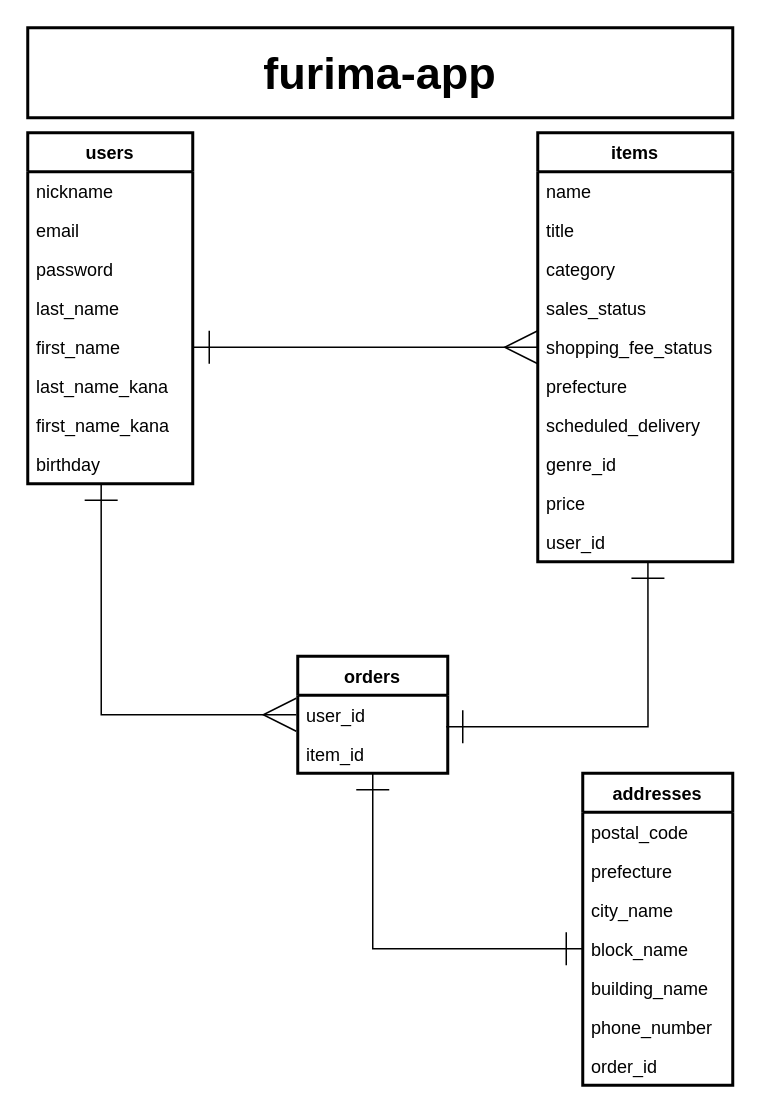
Earlier version of the draw.io diagram furima.dio (takumi-murakami/furima-30926). Source tidied: cells renumbered, new cells numbered last; positions are measured from the earlier drawing's top-left corner, leaving out a move shared by most shapes. Both pictures are drawn from the tidied source at 150%, with x=0, y=0 at pixel (27, 27).
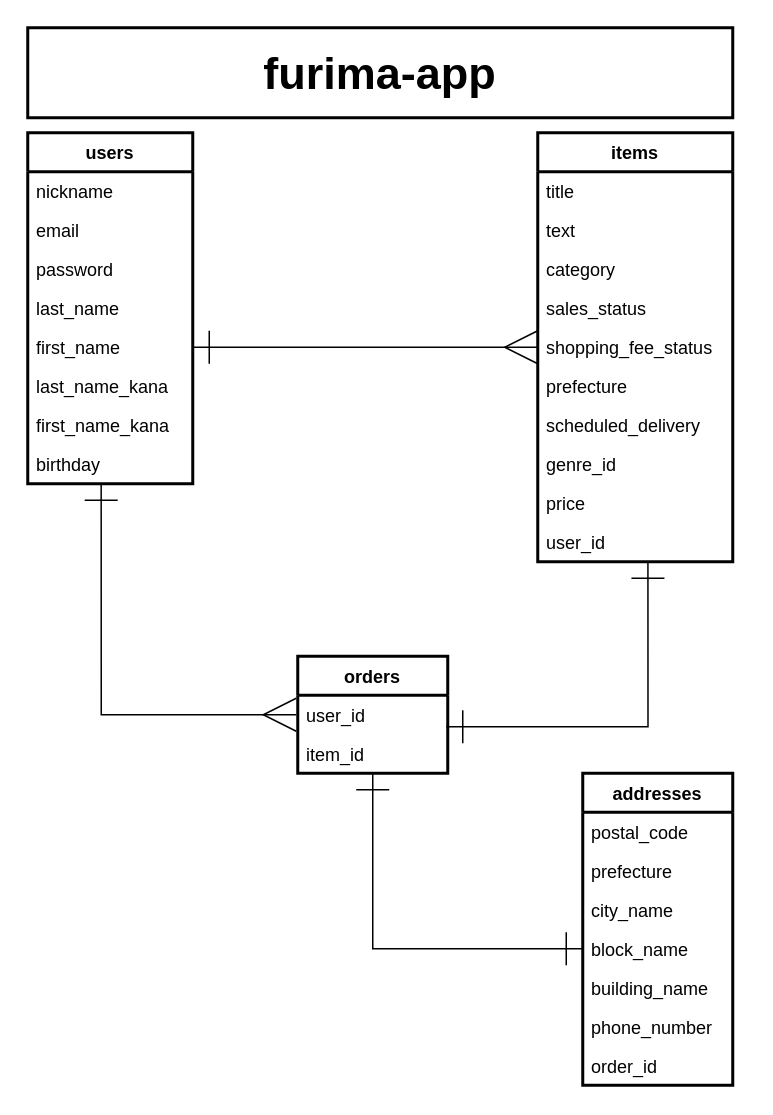
Above is the later version.

Unchanged cells that the change refers to:
```xml
<mxCell id="14" value="items" style="swimlane;fontStyle=1;horizontal=1;startSize=26;strokeWidth=2;perimeterSpacing=1;" parent="1" vertex="1">
  <mxGeometry x="340" y="70" width="130" height="286" as="geometry" />
</mxCell>
```

What changed in the source:
```diff
@@
-    <mxCell id="15" value="name" style="text;strokeColor=none;fillColor=none;align=left;verticalAlign=top;spacingLeft=4;spacingRight=4;overflow=hidden;" parent="14" vertex="1">
+    <mxCell id="15" value="title" style="text;strokeColor=none;fillColor=none;align=left;verticalAlign=top;spacingLeft=4;spacingRight=4;overflow=hidden;" parent="14" vertex="1">
       <mxGeometry y="26" width="130" height="26" as="geometry" />
     </mxCell>
-    <mxCell id="16" value="title" style="text;strokeColor=none;fillColor=none;align=left;verticalAlign=top;spacingLeft=4;spacingRight=4;overflow=hidden;" parent="14" vertex="1">
+    <mxCell id="16" value="text" style="text;strokeColor=none;fillColor=none;align=left;verticalAlign=top;spacingLeft=4;spacingRight=4;overflow=hidden;" parent="14" vertex="1">
       <mxGeometry y="52" width="130" height="26" as="geometry" />
     </mxCell>
```
